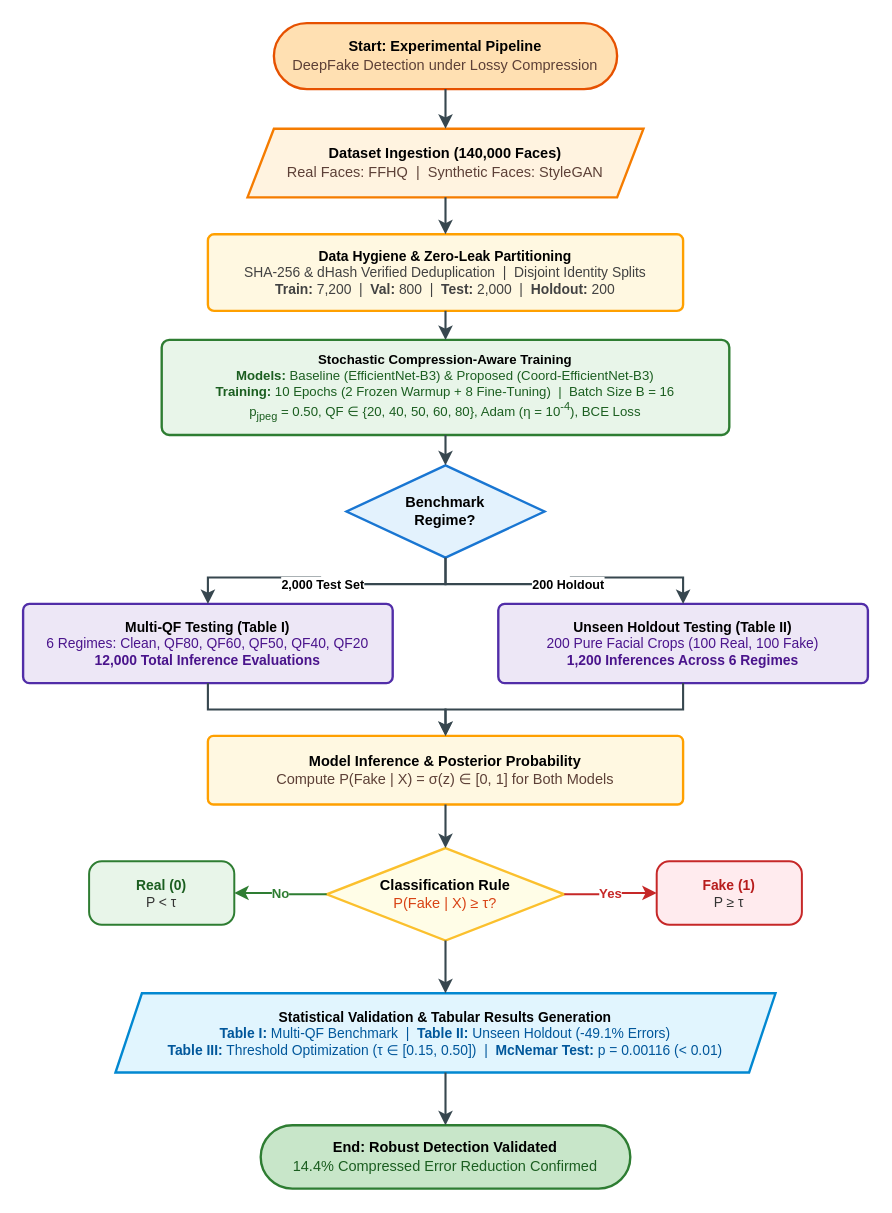
Before: experimental_workflow.drawio in AnsumanSutar/deepfake-research, a draw.io diagram. Source tidied: cells renumbered, new cells numbered last; positions are measured from the earlier drawing's top-left corner, leaving out a move shared by most shapes. Both pictures are drawn from the tidied source at 132%, with x=0, y=0 at pixel (22, 22).
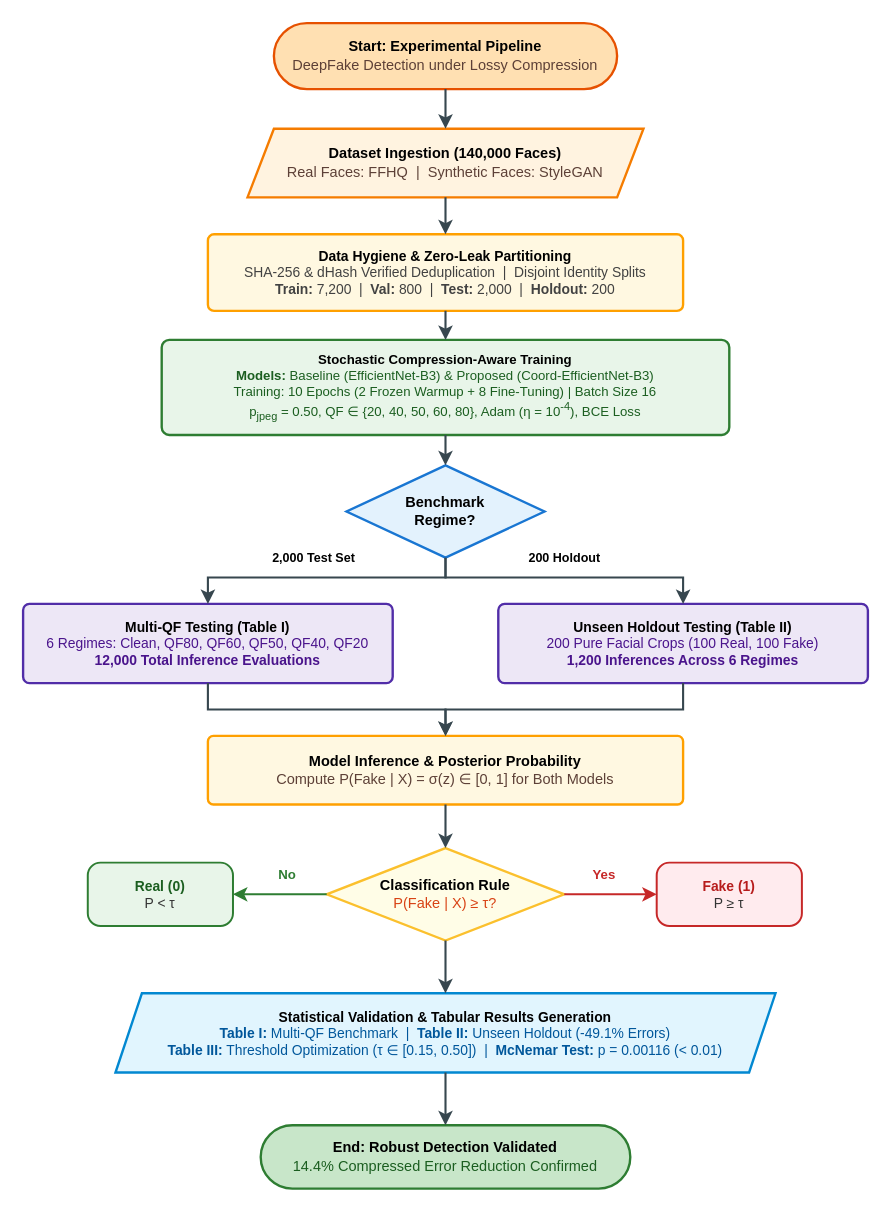
The same diagram, later.

Commit message (it also covers changes not shown here):
Optimize paper layout to strictly 7 pages: display math for metrics, dense implementation details, enlarge Fig 3/4, pair Table I and Table II on Page 6

Unchanged cells that the change refers to:
```xml
<mxCell id="9" value="&lt;b&gt;Benchmark&lt;br&gt;Regime?&lt;/b&gt;" style="rhombus;whiteSpace=wrap;html=1;fillColor=#E3F2FD;strokeColor=#1976D2;strokeWidth=1.8;fontSize=11;fontFamily=Helvetica;" parent="1" vertex="1">
  <mxGeometry x="245" y="335" width="150" height="70" as="geometry" />
</mxCell>
<mxCell id="11" value="&lt;b&gt;Multi-QF Testing (Table I)&lt;/b&gt;&lt;br&gt;&lt;font color=&quot;#4A148C&quot;&gt;6 Regimes: Clean, QF80, QF60, QF50, QF40, QF20&lt;br&gt;&lt;b&gt;12,000 Total Inference Evaluations&lt;/b&gt;&lt;/font&gt;" style="rounded=1;arcSize=8;whiteSpace=wrap;html=1;fillColor=#EDE7F6;strokeColor=#512DA8;strokeWidth=1.8;fontSize=10.5;fontFamily=Helvetica;" parent="1" vertex="1">
  <mxGeometry y="440" width="280" height="60" as="geometry" />
</mxCell>
<mxCell id="12" value="&lt;b&gt;Unseen Holdout Testing (Table II)&lt;/b&gt;&lt;br&gt;&lt;font color=&quot;#4A148C&quot;&gt;200 Pure Facial Crops (100 Real, 100 Fake)&lt;br&gt;&lt;b&gt;1,200 Inferences Across 6 Regimes&lt;/b&gt;&lt;/font&gt;" style="rounded=1;arcSize=8;whiteSpace=wrap;html=1;fillColor=#EDE7F6;strokeColor=#512DA8;strokeWidth=1.8;fontSize=10.5;fontFamily=Helvetica;" parent="1" vertex="1">
  <mxGeometry x="360" y="440" width="280" height="60" as="geometry" />
</mxCell>
<mxCell id="18" value="&lt;b&gt;Classification Rule&lt;/b&gt;&lt;br&gt;&lt;font color=&quot;#D84315&quot;&gt;P(Fake | X) &amp;ge; &amp;tau;?&lt;/font&gt;" style="rhombus;whiteSpace=wrap;html=1;fillColor=#FFFDE7;strokeColor=#FBC02D;strokeWidth=1.8;fontSize=11;fontFamily=Helvetica;" parent="1" vertex="1">
  <mxGeometry x="230" y="625" width="180" height="70" as="geometry" />
</mxCell>
```

What changed in the source:
```diff
@@
-    <mxCell id="7" value="&lt;b&gt;Stochastic Compression-Aware Training&lt;/b&gt;&lt;br&gt;&lt;font color=&quot;#1B5E20&quot;&gt;&lt;b&gt;Models:&lt;/b&gt; Baseline (EfficientNet-B3) &amp;amp; Proposed (Coord-EfficientNet-B3)&lt;br&gt;&lt;b&gt;Training:&lt;/b&gt; 10 Epochs (2 Frozen Warmup + 8 Fine-Tuning) &amp;nbsp;|&amp;nbsp; Batch Size B = 16&lt;br&gt;p&lt;sub&gt;jpeg&lt;/sub&gt; = 0.50, QF &amp;isin; {20, 40, 50, 60, 80}, Adam (&amp;eta; = 10&lt;sup&gt;-4&lt;/sup&gt;), BCE Loss&lt;/font&gt;" style="rounded=1;arcSize=8;whiteSpace=wrap;html=1;fillColor=#E8F5E9;strokeColor=#2E7D32;strokeWidth=1.8;fontSize=10;fontFamily=Helvetica;" parent="1" vertex="1">
+    <mxCell id="7" value="&lt;b&gt;Stochastic Compression-Aware Training&lt;/b&gt;&lt;br&gt;&lt;font color=&quot;#1B5E20&quot;&gt;&lt;b&gt;Models:&lt;/b&gt; Baseline (EfficientNet-B3) &amp;amp; Proposed (Coord-EfficientNet-B3)&lt;/font&gt;&lt;div&gt;&lt;font color=&quot;#1B5E20&quot;&gt;Training: 10 Epochs (2 Frozen Warmup + 8 Fine-Tuning) | Batch Size 16&lt;br&gt;p&lt;sub&gt;jpeg&lt;/sub&gt; = 0.50, QF ∈ {20, 40, 50, 60, 80}, Adam (η = 10&lt;sup&gt;-4&lt;/sup&gt;), BCE Loss&lt;/font&gt;&lt;/div&gt;" style="rounded=1;arcSize=8;whiteSpace=wrap;html=1;fillColor=#E8F5E9;strokeColor=#2E7D32;strokeWidth=1.8;fontSize=10;fontFamily=Helvetica;" parent="1" vertex="1">
       <mxGeometry x="105" y="240" width="430" height="72" as="geometry" />
     </mxCell>
@@
     <mxCell id="13" value="&lt;b&gt;2,000 Test Set&lt;/b&gt;" style="edgeStyle=orthogonalEdgeStyle;rounded=0;jettySize=auto;html=1;strokeColor=#37474F;strokeWidth=1.6;endArrow=classic;fontSize=9.5;labelBackgroundColor=#FFFFFF;" parent="1" edge="1" source="9" target="11">
-      <mxGeometry relative="1" as="geometry" />
+      <mxGeometry x="0.07" y="-15" relative="1" as="geometry">
+        <Array as="points">
+          <mxPoint x="320" y="420" />
+          <mxPoint x="140" y="420" />
+        </Array>
+      </mxGeometry>
     </mxCell>
     <mxCell id="14" value="&lt;b&gt;200 Holdout&lt;/b&gt;" style="edgeStyle=orthogonalEdgeStyle;rounded=0;jettySize=auto;html=1;strokeColor=#37474F;strokeWidth=1.6;endArrow=classic;fontSize=9.5;labelBackgroundColor=#FFFFFF;" parent="1" edge="1" source="9" target="12">
-      <mxGeometry relative="1" as="geometry" />
+      <mxGeometry x="0.02" y="16" relative="1" as="geometry">
+        <Array as="points">
+          <mxPoint x="320" y="420" />
+          <mxPoint x="500" y="420" />
+        </Array>
+        <mxPoint x="-5" y="1" as="offset" />
+      </mxGeometry>
     </mxCell>
@@
     <mxCell id="20" value="&lt;b style=&quot;color:#1B5E20;&quot;&gt;Real (0)&lt;/b&gt;&lt;br&gt;&lt;font color=&quot;#333333&quot;&gt;P &amp;lt; &amp;tau;&lt;/font&gt;" style="rounded=1;arcSize=20;whiteSpace=wrap;html=1;fillColor=#E8F5E9;strokeColor=#2E7D32;strokeWidth=1.5;fontSize=10.5;fontFamily=Helvetica;" parent="1" vertex="1">
-      <mxGeometry x="50" y="635" width="110" height="48" as="geometry" />
+      <mxGeometry x="49" y="636" width="110" height="48" as="geometry" />
     </mxCell>
     <mxCell id="21" value="&lt;b style=&quot;color:#B71C1C;&quot;&gt;Fake (1)&lt;/b&gt;&lt;br&gt;&lt;font color=&quot;#333333&quot;&gt;P &amp;ge; &amp;tau;&lt;/font&gt;" style="rounded=1;arcSize=20;whiteSpace=wrap;html=1;fillColor=#FFEBEE;strokeColor=#C62828;strokeWidth=1.5;fontSize=10.5;fontFamily=Helvetica;" parent="1" vertex="1">
-      <mxGeometry x="480" y="635" width="110" height="48" as="geometry" />
+      <mxGeometry x="480" y="636" width="110" height="48" as="geometry" />
     </mxCell>
-    <mxCell id="22" value="&lt;b&gt;No&lt;/b&gt;" style="edgeStyle=orthogonalEdgeStyle;rounded=0;jettySize=auto;html=1;strokeColor=#2E7D32;strokeWidth=1.6;endArrow=classic;fontSize=10;labelBackgroundColor=#FFFFFF;fontColor=#2E7D32;" parent="1" edge="1" source="18" target="20">
-      <mxGeometry relative="1" as="geometry" />
+    <mxCell id="22" value="&lt;b&gt;No&lt;/b&gt;" style="rounded=0;jettySize=auto;html=1;strokeColor=#2E7D32;strokeWidth=1.6;endArrow=classic;fontSize=10;labelBackgroundColor=#FFFFFF;fontColor=#2E7D32;entryX=1;entryY=0.5;entryDx=0;entryDy=0;" parent="1" edge="1" target="20">
+      <mxGeometry x="-0.15" y="-15" relative="1" as="geometry">
+        <mxPoint x="230" y="660" as="sourcePoint" />
+      </mxGeometry>
     </mxCell>
     <mxCell id="23" value="&lt;b&gt;Yes&lt;/b&gt;" style="edgeStyle=orthogonalEdgeStyle;rounded=0;jettySize=auto;html=1;strokeColor=#C62828;strokeWidth=1.6;endArrow=classic;fontSize=10;labelBackgroundColor=#FFFFFF;fontColor=#C62828;" parent="1" edge="1" source="18" target="21">
-      <mxGeometry relative="1" as="geometry" />
+      <mxGeometry x="-0.14" y="15" relative="1" as="geometry" />
     </mxCell>
```
